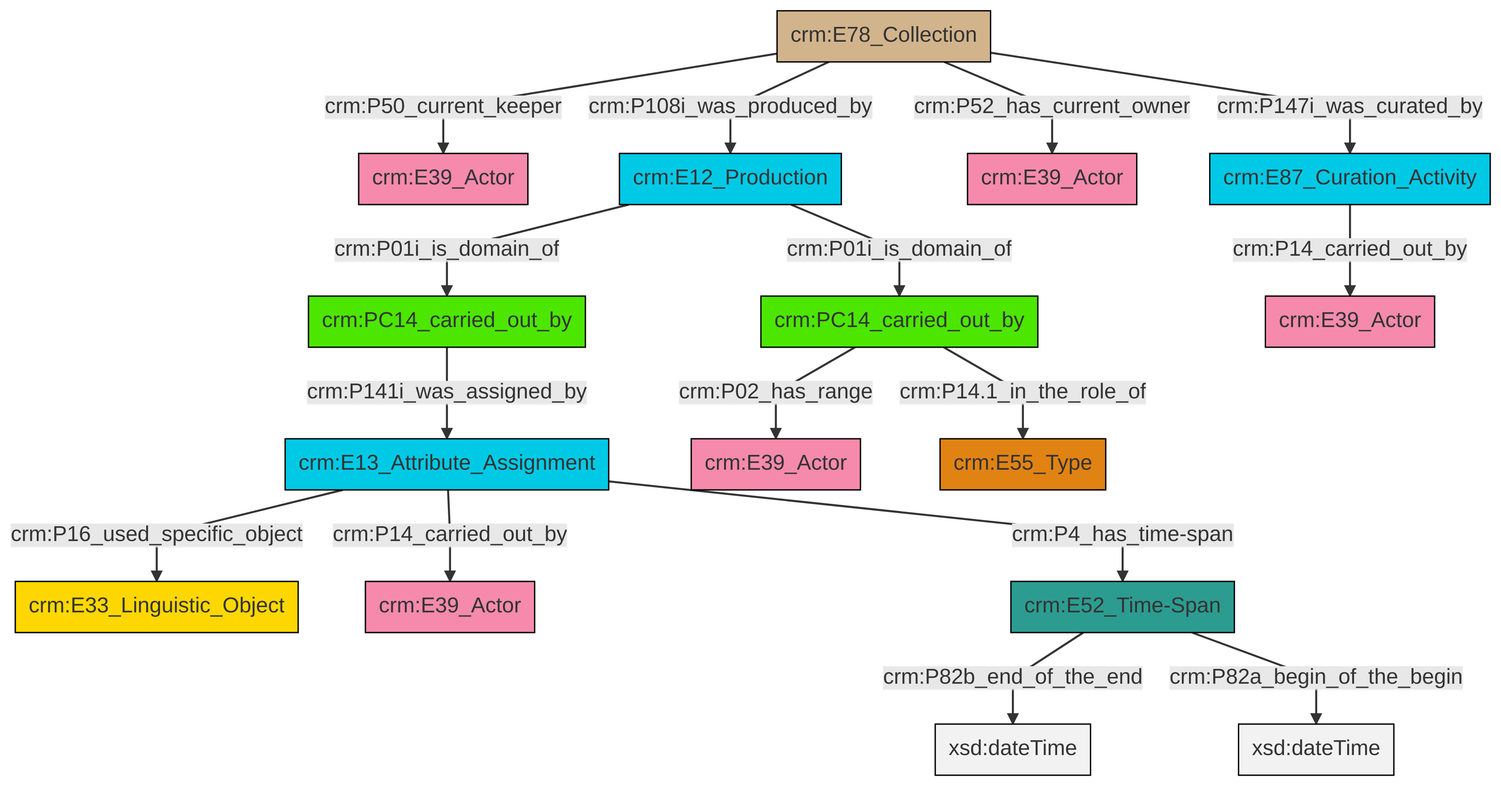
swiss-art-research-net/docs.swissartresearch keeps this Mermaid diagram as et/archivalCSV/ttl/mmd/png/archival_relation.png. Above is the earlier version. Its source is kept beside it as et/archivalCSV/ttl/mmd/archival_relation.ttl.mmd.
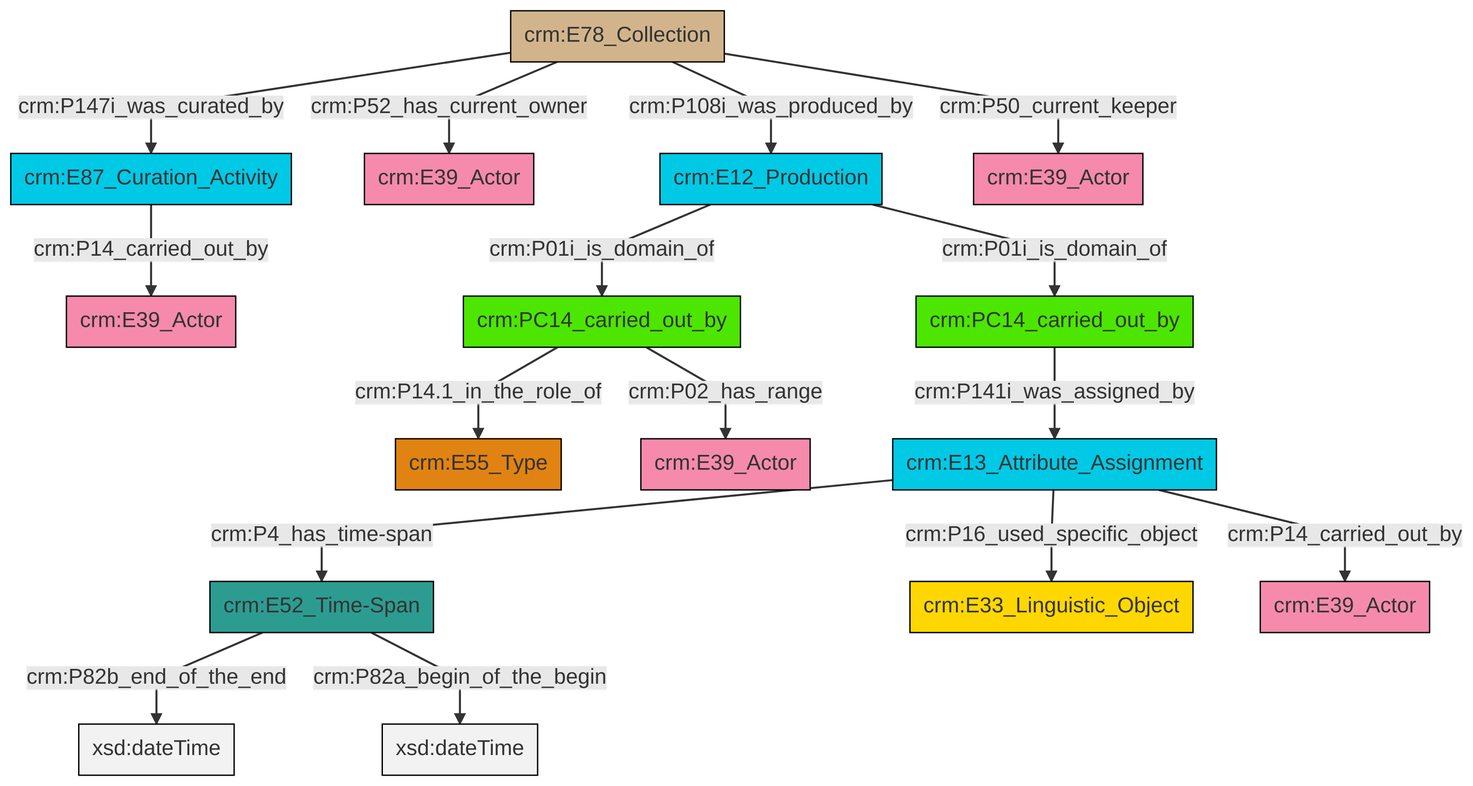
After the change.

Diff of the diagram source:
```diff
@@ -13,18 +13,18 @@
 classDef PC_Classes fill:#4ce600, stroke:#000000;
 classDef Multi fill:#cccccc,stroke:#000000;
 
-0["crm:E78_Collection"]:::Physical_Thing -->|crm:P50_current_keeper| 1["crm:E39_Actor"]:::Actor
-4["crm:PC14_carried_out_by"]:::PC_Classes -->|crm:P141i_was_assigned_by| 6["crm:E13_Attribute_Assignment"]:::Temporal_Entity
-0["crm:E78_Collection"]:::Physical_Thing -->|crm:P108i_was_produced_by| 9["crm:E12_Production"]:::Temporal_Entity
-0["crm:E78_Collection"]:::Physical_Thing -->|crm:P52_has_current_owner| 11["crm:E39_Actor"]:::Actor
-12["crm:E52_Time-Span"]:::Time-Span -->|crm:P82b_end_of_the_end| 13[xsd:dateTime]:::Literal
-14["crm:PC14_carried_out_by"]:::PC_Classes -->|crm:P02_has_range| 15["crm:E39_Actor"]:::Actor
-6["crm:E13_Attribute_Assignment"]:::Temporal_Entity -->|crm:P16_used_specific_object| 2["crm:E33_Linguistic_Object"]:::Conceptual_Object
-14["crm:PC14_carried_out_by"]:::PC_Classes -->|crm:P14.1_in_the_role_of| 16["crm:E55_Type"]:::Type
-12["crm:E52_Time-Span"]:::Time-Span -->|crm:P82a_begin_of_the_begin| 20[xsd:dateTime]:::Literal
-0["crm:E78_Collection"]:::Physical_Thing -->|crm:P147i_was_curated_by| 21["crm:E87_Curation_Activity"]:::Temporal_Entity
-6["crm:E13_Attribute_Assignment"]:::Temporal_Entity -->|crm:P14_carried_out_by| 25["crm:E39_Actor"]:::Actor
-9["crm:E12_Production"]:::Temporal_Entity -->|crm:P01i_is_domain_of| 4["crm:PC14_carried_out_by"]:::PC_Classes
-21["crm:E87_Curation_Activity"]:::Temporal_Entity -->|crm:P14_carried_out_by| 7["crm:E39_Actor"]:::Actor
-9["crm:E12_Production"]:::Temporal_Entity -->|crm:P01i_is_domain_of| 14["crm:PC14_carried_out_by"]:::PC_Classes
-6["crm:E13_Attribute_Assignment"]:::Temporal_Entity -->|crm:P4_has_time-span| 12["crm:E52_Time-Span"]:::Time-Span
+8["crm:E78_Collection"]:::Physical_Thing -->|crm:P147i_was_curated_by| 9["crm:E87_Curation_Activity"]:::Temporal_Entity
+9["crm:E87_Curation_Activity"]:::Temporal_Entity -->|crm:P14_carried_out_by| 10["crm:E39_Actor"]:::Actor
+13["crm:E12_Production"]:::Temporal_Entity -->|crm:P01i_is_domain_of| 6["crm:PC14_carried_out_by"]:::PC_Classes
+21["crm:PC14_carried_out_by"]:::PC_Classes -->|crm:P141i_was_assigned_by| 4["crm:E13_Attribute_Assignment"]:::Temporal_Entity
+22["crm:E52_Time-Span"]:::Time-Span -->|crm:P82b_end_of_the_end| 23[xsd:dateTime]:::Literal
+6["crm:PC14_carried_out_by"]:::PC_Classes -->|crm:P14.1_in_the_role_of| 11["crm:E55_Type"]:::Type
+4["crm:E13_Attribute_Assignment"]:::Temporal_Entity -->|crm:P4_has_time-span| 22["crm:E52_Time-Span"]:::Time-Span
+8["crm:E78_Collection"]:::Physical_Thing -->|crm:P52_has_current_owner| 19["crm:E39_Actor"]:::Actor
+8["crm:E78_Collection"]:::Physical_Thing -->|crm:P108i_was_produced_by| 13["crm:E12_Production"]:::Temporal_Entity
+13["crm:E12_Production"]:::Temporal_Entity -->|crm:P01i_is_domain_of| 21["crm:PC14_carried_out_by"]:::PC_Classes
+4["crm:E13_Attribute_Assignment"]:::Temporal_Entity -->|crm:P16_used_specific_object| 17["crm:E33_Linguistic_Object"]:::Conceptual_Object
+4["crm:E13_Attribute_Assignment"]:::Temporal_Entity -->|crm:P14_carried_out_by| 14["crm:E39_Actor"]:::Actor
+22["crm:E52_Time-Span"]:::Time-Span -->|crm:P82a_begin_of_the_begin| 28[xsd:dateTime]:::Literal
+6["crm:PC14_carried_out_by"]:::PC_Classes -->|crm:P02_has_range| 0["crm:E39_Actor"]:::Actor
+8["crm:E78_Collection"]:::Physical_Thing -->|crm:P50_current_keeper| 2["crm:E39_Actor"]:::Actor
```
